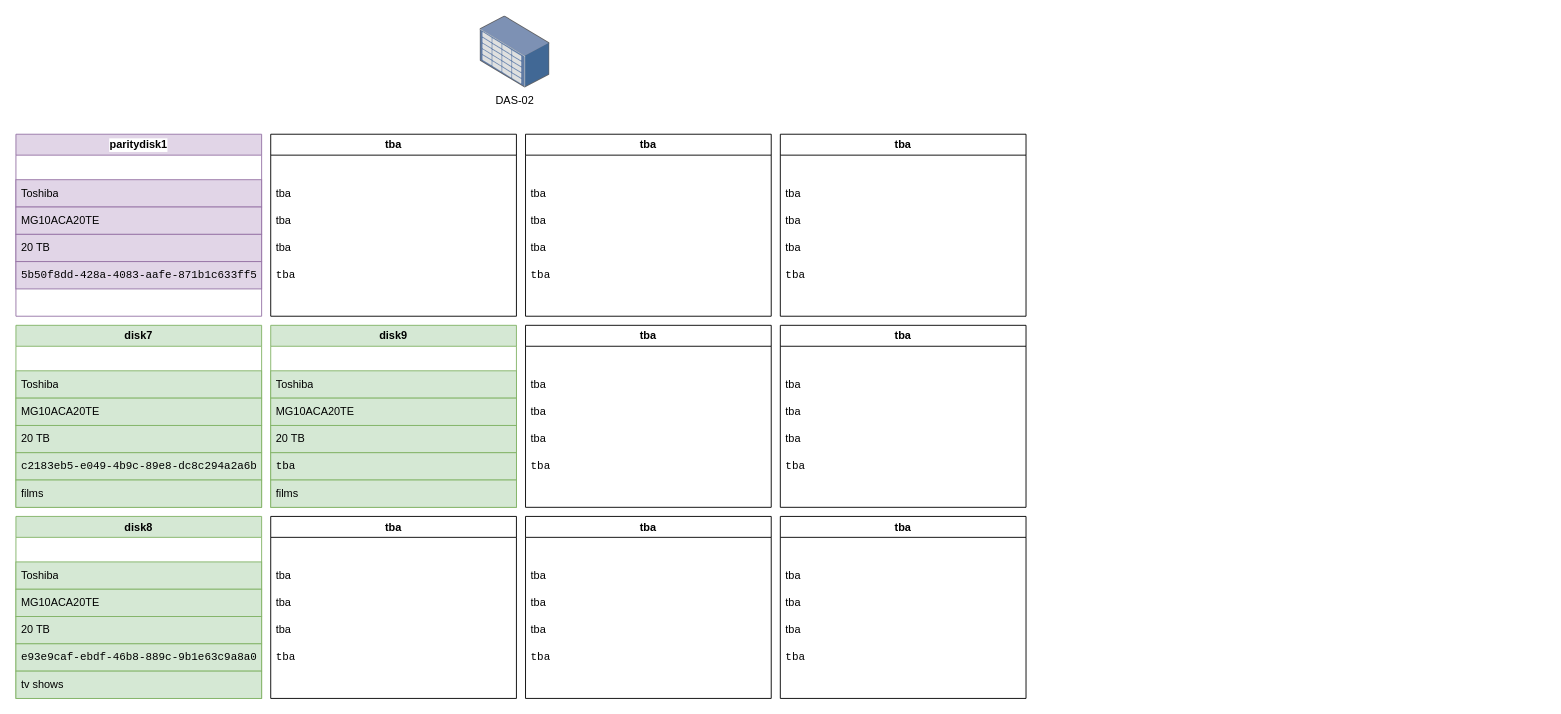
Before: page "Direct Attached Storage" (2 of 2) of Untitled Diagram.drawio in techie2000/homelab, a draw.io diagram. Source tidied: cells renumbered, new cells numbered last; positions are measured from the earlier drawing's top-left corner, leaving out a move shared by most shapes. Both pictures are drawn from the tidied source at 91%, with x=0, y=0 at pixel (15, 15).
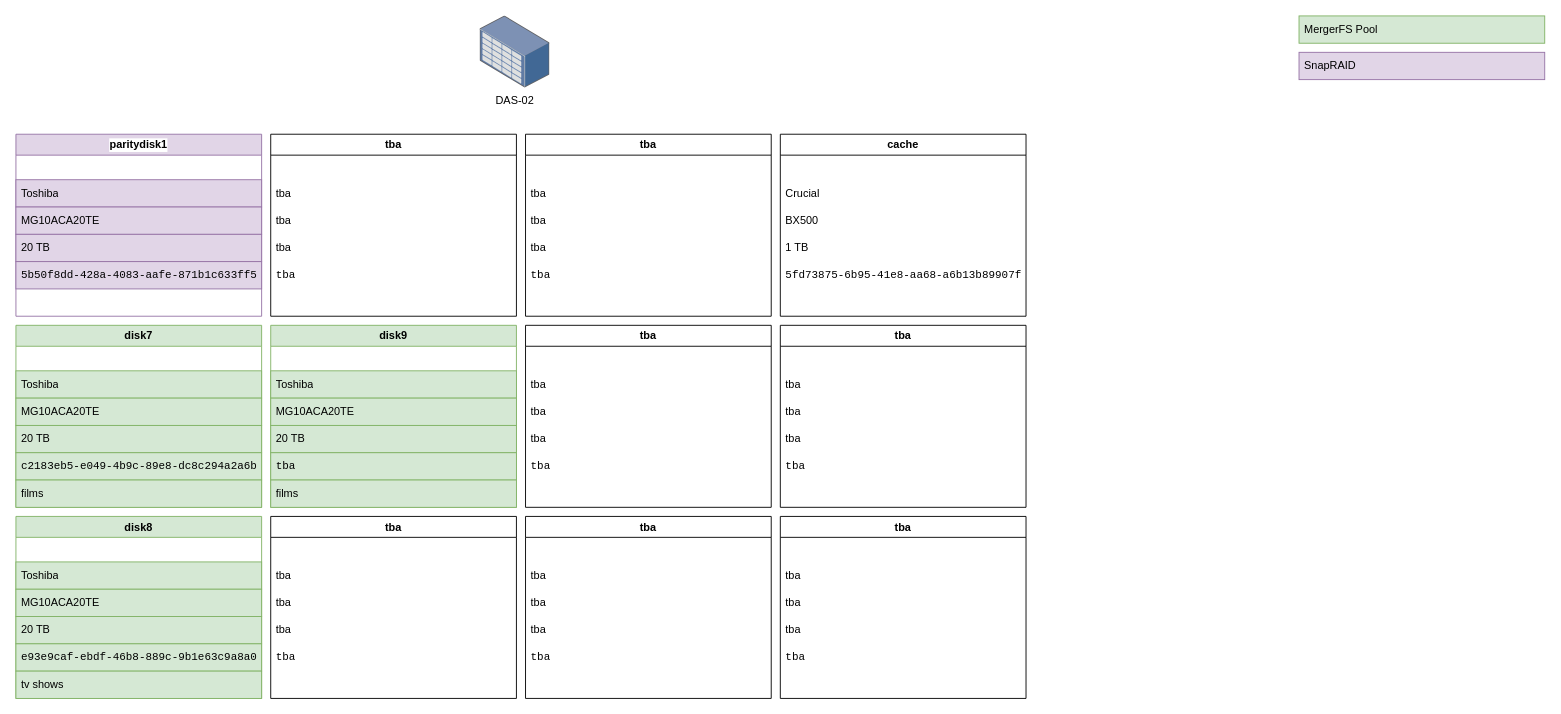
The same diagram, later.

Commit message:
Update DAS details

Change to the diagram source:
```diff
@@
-    <mxCell id="51" value="tba" style="swimlane;whiteSpace=wrap;html=1;" parent="1" vertex="1">
+    <mxCell id="51" value="cache" style="swimlane;whiteSpace=wrap;html=1;" parent="1" vertex="1">
       <mxGeometry x="840" y="130" width="270" height="200" as="geometry" />
     </mxCell>
-    <mxCell id="52" value="tba" style="text;strokeColor=none;fillColor=none;align=left;verticalAlign=middle;spacingLeft=4;spacingRight=4;overflow=hidden;whiteSpace=wrap;html=1;" parent="51" vertex="1">
+    <mxCell id="52" value="Crucial" style="text;strokeColor=none;fillColor=none;align=left;verticalAlign=middle;spacingLeft=4;spacingRight=4;overflow=hidden;whiteSpace=wrap;html=1;" parent="51" vertex="1">
       <mxGeometry y="50" width="270" height="30" as="geometry" />
     </mxCell>
-    <mxCell id="53" value="tba" style="text;strokeColor=none;fillColor=none;align=left;verticalAlign=middle;spacingLeft=4;spacingRight=4;overflow=hidden;whiteSpace=wrap;html=1;" parent="51" vertex="1">
+    <mxCell id="53" value="BX500" style="text;strokeColor=none;fillColor=none;align=left;verticalAlign=middle;spacingLeft=4;spacingRight=4;overflow=hidden;whiteSpace=wrap;html=1;" parent="51" vertex="1">
       <mxGeometry y="80" width="270" height="30" as="geometry" />
     </mxCell>
-    <mxCell id="54" value="tba" style="text;strokeColor=none;fillColor=none;align=left;verticalAlign=middle;spacingLeft=4;spacingRight=4;overflow=hidden;whiteSpace=wrap;html=1;" parent="51" vertex="1">
+    <mxCell id="54" value="1 TB" style="text;strokeColor=none;fillColor=none;align=left;verticalAlign=middle;spacingLeft=4;spacingRight=4;overflow=hidden;whiteSpace=wrap;html=1;" parent="51" vertex="1">
       <mxGeometry y="110" width="270" height="30" as="geometry" />
     </mxCell>
-    <mxCell id="55" value="tba&lt;br&gt;" style="text;strokeColor=none;fillColor=none;align=left;verticalAlign=middle;spacingLeft=4;spacingRight=4;overflow=hidden;whiteSpace=wrap;html=1;fontFamily=Courier New;" parent="51" vertex="1">
+    <mxCell id="55" value="5fd73875-6b95-41e8-aa68-a6b13b89907f" style="text;strokeColor=none;fillColor=none;align=left;verticalAlign=middle;spacingLeft=4;spacingRight=4;overflow=hidden;whiteSpace=wrap;html=1;fontFamily=Courier New;" parent="51" vertex="1">
       <mxGeometry y="140" width="270" height="30" as="geometry" />
     </mxCell>
@@
+    <mxCell id="66" value="MergerFS Pool" style="text;strokeColor=#82b366;fillColor=#d5e8d4;align=left;verticalAlign=middle;spacingLeft=4;spacingRight=4;overflow=hidden;whiteSpace=wrap;html=1;" parent="1" vertex="1">
+      <mxGeometry x="1410" width="270" height="30" as="geometry" />
+    </mxCell>
+    <mxCell id="67" value="SnapRAID" style="text;strokeColor=#9673a6;fillColor=#e1d5e7;align=left;verticalAlign=middle;spacingLeft=4;spacingRight=4;overflow=hidden;whiteSpace=wrap;html=1;" parent="1" vertex="1">
+      <mxGeometry x="1410" y="40" width="270" height="30" as="geometry" />
+    </mxCell>
```
